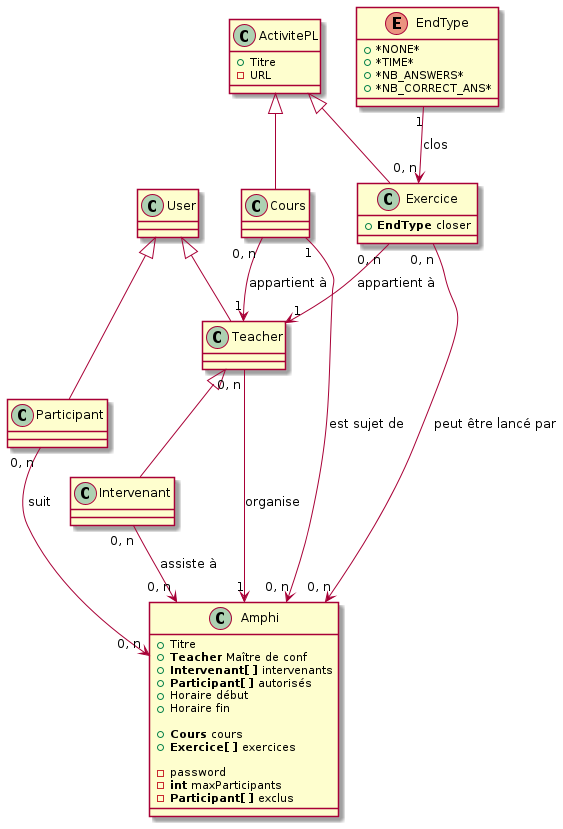
Above: conception/amphi.png in PremierLangage/Amphi (PlantUML), before the change. Its diagram source:
```plantuml
@startuml

class Amphi {
    + Titre
    + **Teacher** Maître de conf
    + **Intervenant[ ]** intervenants
    + **Participant[ ]** autorisés
    + Horaire début
    + Horaire fin

    + **Cours** cours
    + **Exercice[ ]** exercices

    - password
    - **int** maxParticipants
    - **Participant[ ]** exclus
}

class User {

}

class Teacher extends User {

}

class Intervenant extends Teacher {

}

class Participant extends User {

}

class ActivitePL {
    + Titre
    - URL
}

class Cours extends ActivitePL {

}

class Exercice extends ActivitePL {
    + **EndType** closer
}

enum EndType {
   + *NONE*
   + *TIME*
   + *NB_ANSWERS*
   + *NB_CORRECT_ANS*
}

Teacher "0, n" --> "1" Amphi  : organise
Intervenant "0, n" --> "0, n" Amphi  : assiste à
Participant "0, n" --> "0, n" Amphi : suit

Cours "1" --> "0, n" Amphi : est sujet de
Exercice "0, n" --> "0, n" Amphi : peut être lancé par

Cours "0, n" --> "1" Teacher : appartient à
Exercice "0, n" --> "1" Teacher : appartient à

EndType "1" --> "0, n" Exercice : clos



@enduml
```
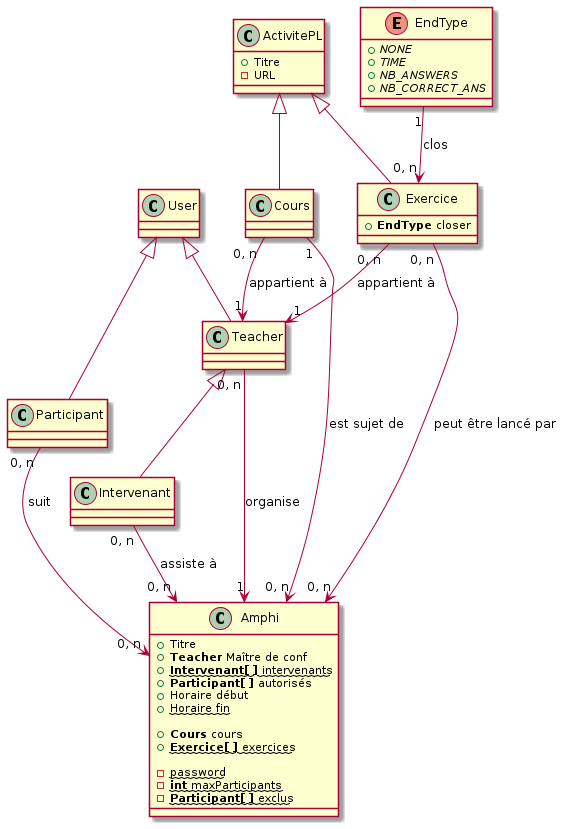
The same diagram one commit later.

Commit message:
Generate PNG images of PlantUML diagrams

Change to the diagram source:
```diff
@@ -3,17 +3,17 @@
 class Amphi {
     + Titre
     + **Teacher** Maître de conf
-    + **Intervenant[ ]** intervenants
+    + ~~**Intervenant[ ]** intervenants~~
     + **Participant[ ]** autorisés
     + Horaire début
-    + Horaire fin
+    + ~~Horaire fin~~
 
     + **Cours** cours
-    + **Exercice[ ]** exercices
+    + ~~**Exercice[ ]** exercices~~
 
-    - password
-    - **int** maxParticipants
-    - **Participant[ ]** exclus
+    - ~~password~~
+    - ~~**int** maxParticipants~~
+    - ~~**Participant[ ]** exclus~~
 }
 
 class User {
@@ -46,10 +46,10 @@
 }
 
 enum EndType {
-   + *NONE*
-   + *TIME*
-   + *NB_ANSWERS*
-   + *NB_CORRECT_ANS*
+   + //NONE//
+   + //TIME//
+   + //NB_ANSWERS//
+   + //NB_CORRECT_ANS//
 }
 
 Teacher "0, n" --> "1" Amphi  : organise
```
